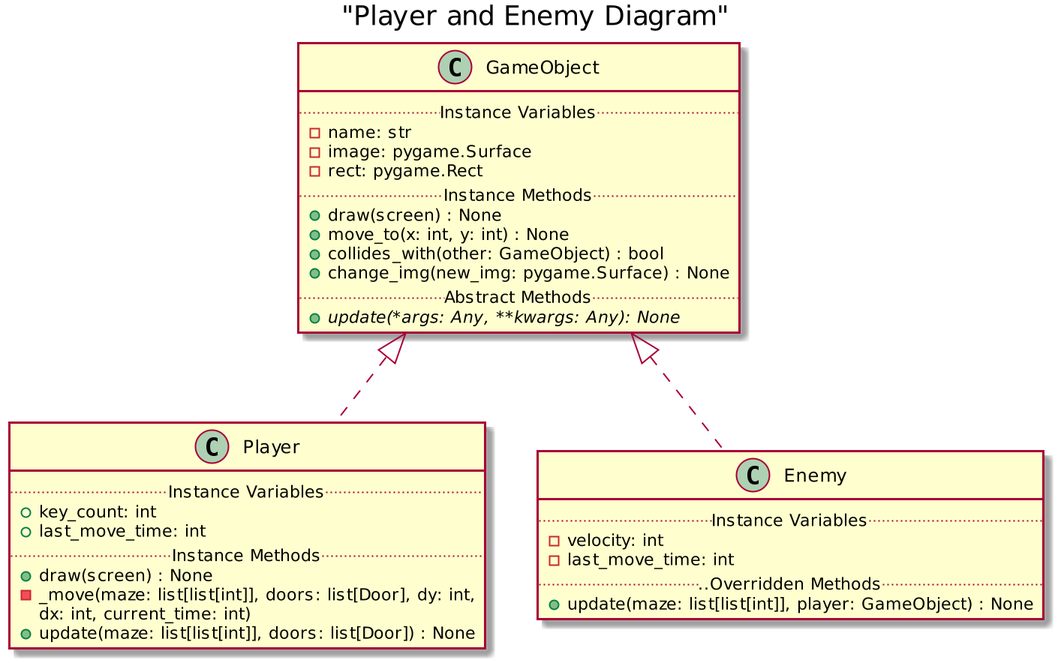
Before: Puzzle_Maze/uml/GameObjects/player_and_enemy.png, a diagram exported from PlantUML (kmerickson/OOP-PuzzleMaze).
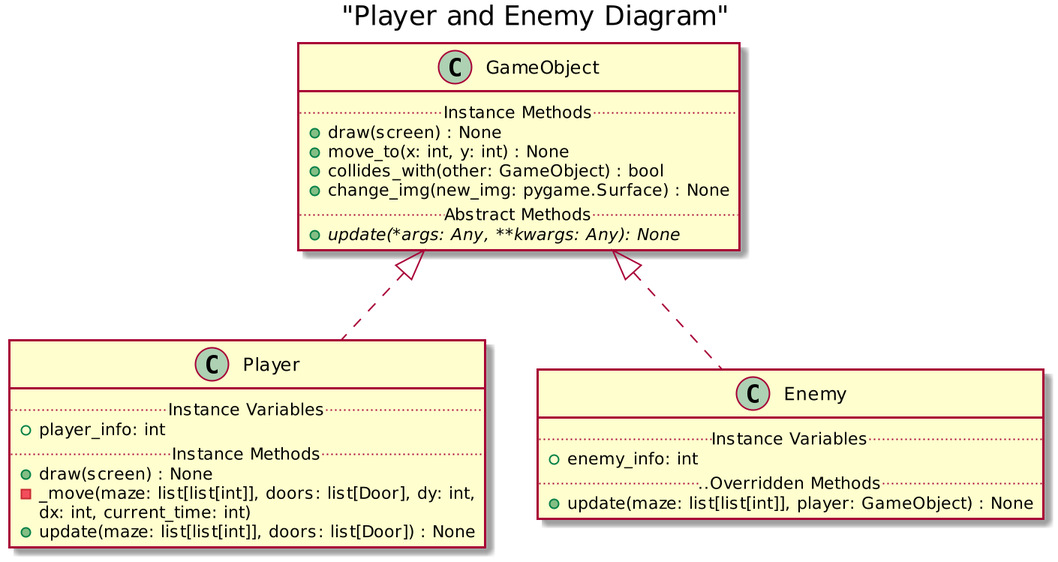
Above is the later version.

Change to the diagram source:
```diff
@@ -2,10 +2,6 @@
 title "Player and Enemy Diagram"
 scale 2
 class GameObject {
-    ..Instance Variables..
-    - name: str
-    - image: pygame.Surface
-    - rect: pygame.Rect
     ..Instance Methods..
     + draw(screen) : None
     + move_to(x: int, y: int) : None
@@ -17,8 +13,7 @@
 
 class Player implements GameObject{
     ..Instance Variables..
-    + key_count: int
-    + last_move_time: int
+    + player_info: int
     ..Instance Methods..
     + draw(screen) : None
     - _move(maze: list[list[int]], doors: list[Door], dy: int,
@@ -28,8 +23,7 @@
 
 class Enemy implements GameObject{
     ..Instance Variables..
-    - velocity: int
-    - last_move_time: int
+    + enemy_info: int
     ....Overridden Methods..
     + update(maze: list[list[int]], player: GameObject) : None
 }
```
